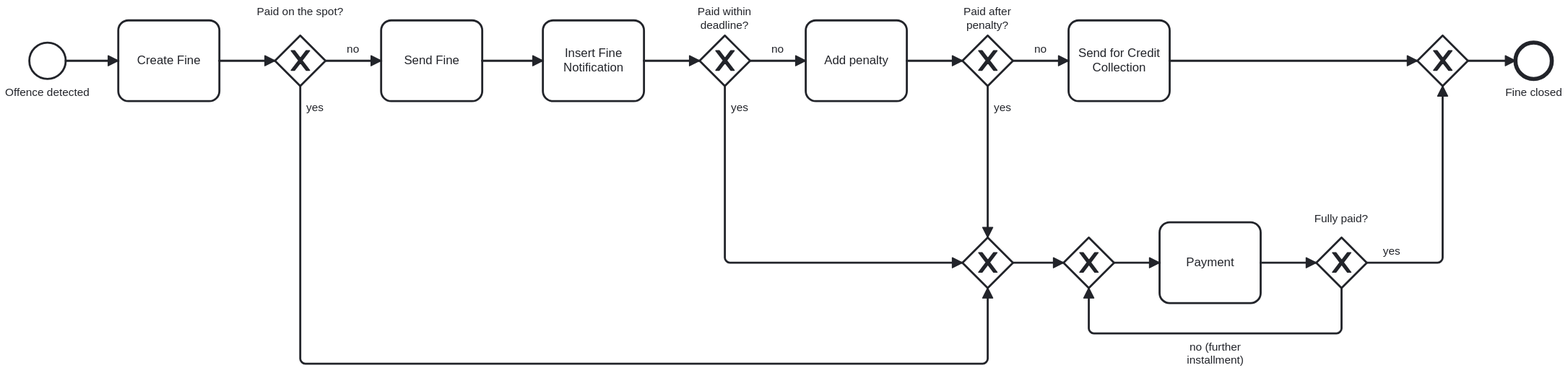
This is bpmn/fine_object.svg from KarlaRuggaber/ProcessMining_Assignment1, a BPMN export, as it was before one commit. Its source is kept beside it as bpmn/fine_object.bpmn. Ids are renumbered.
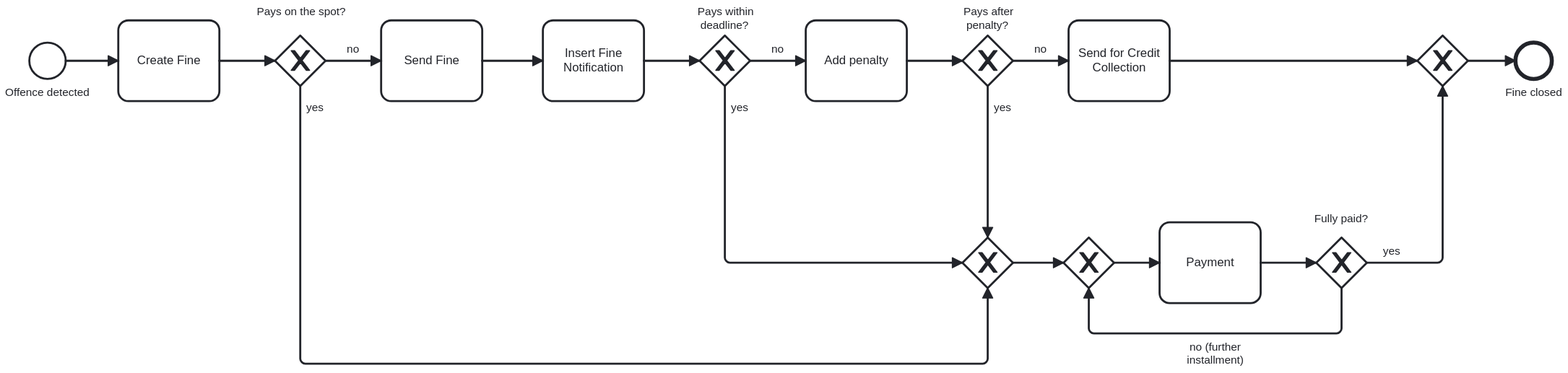
After the commit.

What changed in the source:
```diff
@@ -30,17 +30,17 @@
       <bpmn2:incoming>Flow_Penalty_No</bpmn2:incoming>
       <bpmn2:outgoing>Flow_CC_End</bpmn2:outgoing>
     </bpmn2:task>
-    <bpmn2:exclusiveGateway id="Gateway_PaidOnSpot" name="Paid on the spot?">
+    <bpmn2:exclusiveGateway id="Gateway_PaidOnSpot" name="Pays on the spot?">
       <bpmn2:incoming>Flow_2</bpmn2:incoming>
       <bpmn2:outgoing>Flow_Spot_No</bpmn2:outgoing>
       <bpmn2:outgoing>Flow_Spot_Yes</bpmn2:outgoing>
     </bpmn2:exclusiveGateway>
-    <bpmn2:exclusiveGateway id="Gateway_PaidInTime" name="Paid within deadline?">
+    <bpmn2:exclusiveGateway id="Gateway_PaidInTime" name="Pays within deadline?">
       <bpmn2:incoming>Flow_4</bpmn2:incoming>
       <bpmn2:outgoing>Flow_InTime_No</bpmn2:outgoing>
       <bpmn2:outgoing>Flow_InTime_Yes</bpmn2:outgoing>
     </bpmn2:exclusiveGateway>
-    <bpmn2:exclusiveGateway id="Gateway_PaidAfterPenalty" name="Paid after penalty?">
+    <bpmn2:exclusiveGateway id="Gateway_PaidAfterPenalty" name="Pays after penalty?">
       <bpmn2:incoming>Flow_5</bpmn2:incoming>
       <bpmn2:outgoing>Flow_Penalty_No</bpmn2:outgoing>
       <bpmn2:outgoing>Flow_Penalty_Yes</bpmn2:outgoing>
```
